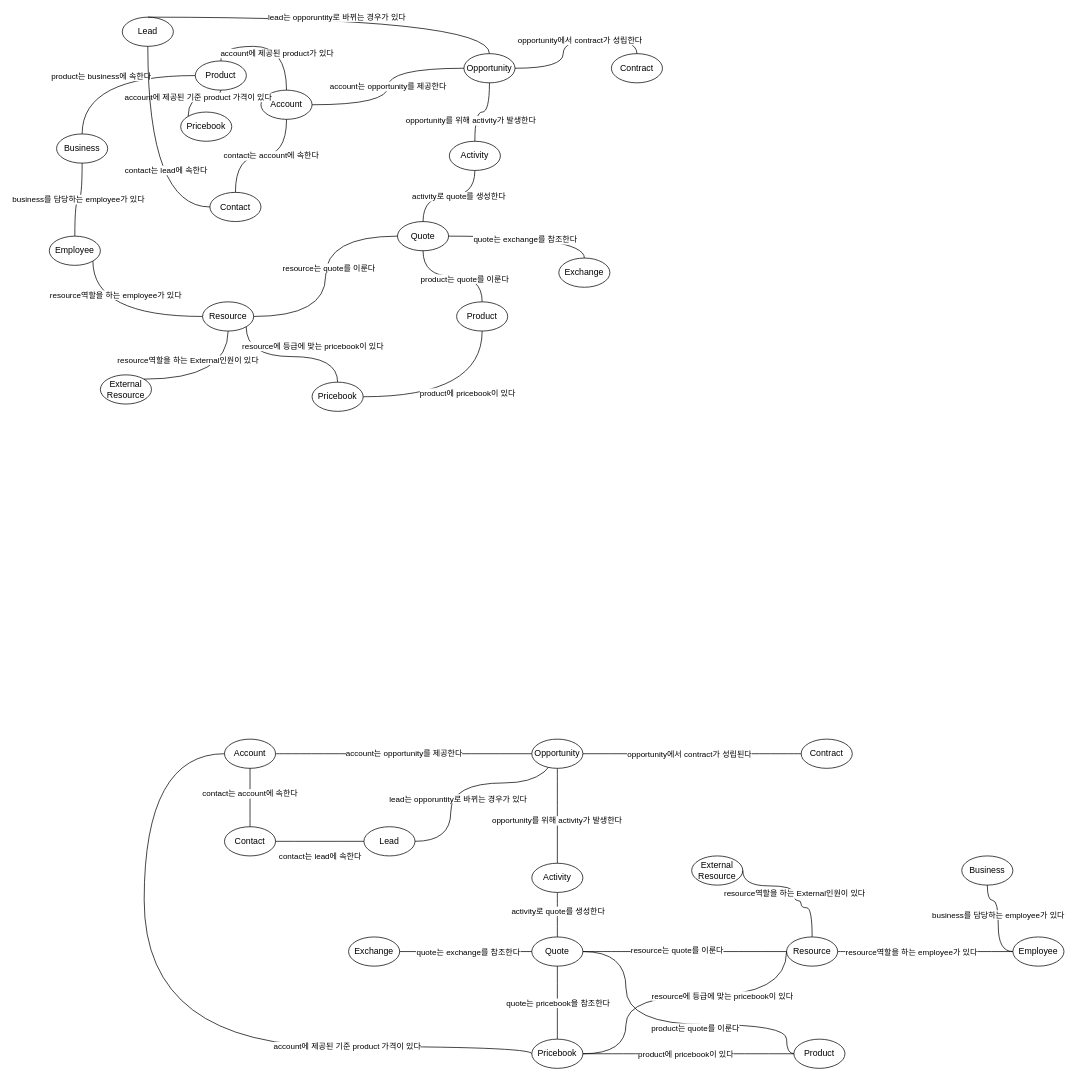
The draw.io diagram page "개념 관계" (1 of 7) of cknet 오브젝트 및 프로세스.drawio in cknet-saleforce/newyork, before the edit. Source tidied: cells renumbered, new cells numbered last; positions are measured from the earlier drawing's top-left corner, leaving out a move shared by most shapes. Both pictures are drawn from the tidied source at 73%, with x=0, y=0 at pixel (49, 17).
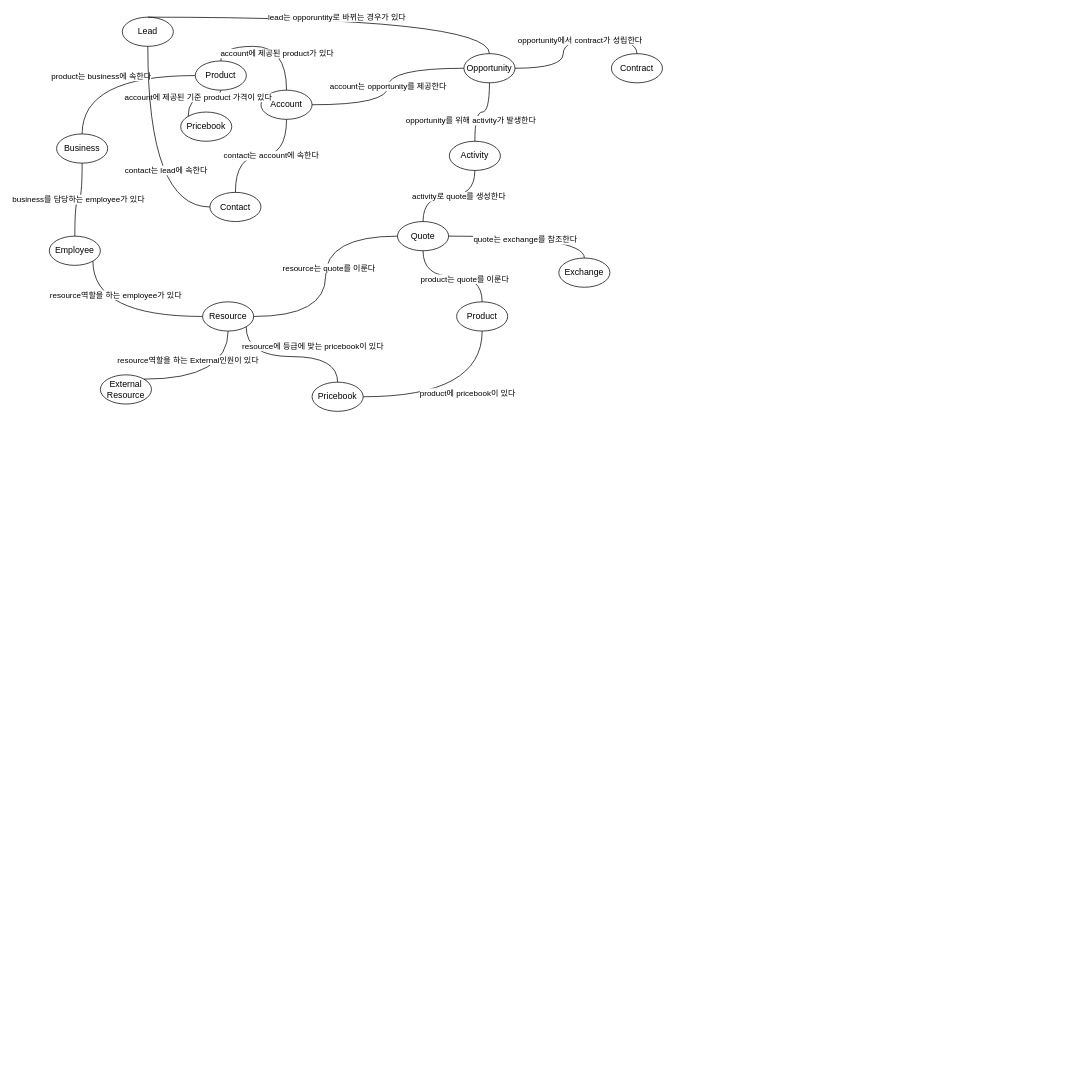
The same page after the edit.

What changed in the source:
```diff
@@
-    <mxCell id="50" value="Lead" style="ellipse;whiteSpace=wrap;html=1;" parent="1" vertex="1">
-      <mxGeometry x="431" y="1109" width="70" height="40" as="geometry" />
-    </mxCell>
-    <mxCell id="51" value="Account" style="ellipse;whiteSpace=wrap;html=1;" parent="1" vertex="1">
-      <mxGeometry x="240" y="989" width="70" height="40" as="geometry" />
-    </mxCell>
-    <mxCell id="52" value="Contact" style="ellipse;whiteSpace=wrap;html=1;" parent="1" vertex="1">
-      <mxGeometry x="240" y="1109" width="70" height="40" as="geometry" />
-    </mxCell>
-    <mxCell id="53" value="Contract" style="ellipse;whiteSpace=wrap;html=1;" parent="1" vertex="1">
-      <mxGeometry x="1030" y="989" width="70" height="40" as="geometry" />
-    </mxCell>
-    <mxCell id="54" value="Quote" style="ellipse;whiteSpace=wrap;html=1;" parent="1" vertex="1">
-      <mxGeometry x="661" y="1260" width="70" height="40" as="geometry" />
-    </mxCell>
-    <mxCell id="55" value="Resource" style="ellipse;whiteSpace=wrap;html=1;" parent="1" vertex="1">
-      <mxGeometry x="1010" y="1260" width="70" height="40" as="geometry" />
-    </mxCell>
-    <mxCell id="56" value="Product" style="ellipse;whiteSpace=wrap;html=1;" parent="1" vertex="1">
-      <mxGeometry x="1020" y="1400" width="70" height="40" as="geometry" />
-    </mxCell>
-    <mxCell id="57" value="Exchange" style="ellipse;whiteSpace=wrap;html=1;" parent="1" vertex="1">
-      <mxGeometry x="410" y="1260" width="70" height="40" as="geometry" />
-    </mxCell>
-    <mxCell id="58" value="External&lt;br&gt;Resource" style="ellipse;whiteSpace=wrap;html=1;" parent="1" vertex="1">
-      <mxGeometry x="880" y="1149" width="70" height="40" as="geometry" />
-    </mxCell>
-    <mxCell id="59" value="Business" style="ellipse;whiteSpace=wrap;html=1;" parent="1" vertex="1">
-      <mxGeometry x="1250" y="1149" width="70" height="40" as="geometry" />
-    </mxCell>
-    <mxCell id="60" value="business를 담당하는 employee가 있다" style="edgeStyle=orthogonalEdgeStyle;jettySize=auto;html=1;entryX=0.5;entryY=1;entryDx=0;entryDy=0;strokeColor=default;curved=1;endArrow=none;endFill=0;" parent="1" edge="1" source="61" target="59">
-      <mxGeometry x="0.11" relative="1" as="geometry">
-        <Array as="points">
-          <mxPoint x="1300" y="1280" />
-          <mxPoint x="1300" y="1210" />
-          <mxPoint x="1285" y="1210" />
-        </Array>
-      </mxGeometry>
-    </mxCell>
-    <mxCell id="61" value="Employee" style="ellipse;whiteSpace=wrap;html=1;" parent="1" vertex="1">
-      <mxGeometry x="1320" y="1260" width="70" height="40" as="geometry" />
-    </mxCell>
-    <mxCell id="62" value="lead는 opporuntity로 바뀌는 경우가 있다" style="edgeStyle=orthogonalEdgeStyle;jettySize=auto;html=1;entryX=0.5;entryY=0;entryDx=0;entryDy=0;strokeColor=default;curved=1;endArrow=none;endFill=0;" parent="1" edge="1" source="50" target="89">
-      <mxGeometry x="-0.36" y="-10" relative="1" as="geometry">
-        <Array as="points">
-          <mxPoint x="550" y="1129" />
-          <mxPoint x="550" y="1049" />
-          <mxPoint x="696" y="1049" />
-        </Array>
-      </mxGeometry>
-    </mxCell>
-    <mxCell id="63" style="edgeStyle=orthogonalEdgeStyle;jettySize=auto;html=1;entryX=0.5;entryY=1;entryDx=0;entryDy=0;strokeColor=default;curved=1;endArrow=none;endFill=0;exitX=0.5;exitY=0;exitDx=0;exitDy=0;" parent="1" edge="1" source="52" target="51">
-      <mxGeometry relative="1" as="geometry" />
-    </mxCell>
-    <mxCell id="64" value="contact는 account에 속한다" style="edgeLabel;html=1;align=center;verticalAlign=middle;" parent="63" vertex="1">
-      <mxGeometry x="0.15" y="1" relative="1" as="geometry" />
-    </mxCell>
-    <mxCell id="65" style="edgeStyle=orthogonalEdgeStyle;jettySize=auto;html=1;entryX=1;entryY=0.5;entryDx=0;entryDy=0;strokeColor=default;curved=1;endArrow=none;endFill=0;exitX=0;exitY=0.5;exitDx=0;exitDy=0;" parent="1" edge="1" source="53" target="89">
-      <mxGeometry relative="1" as="geometry" />
-    </mxCell>
-    <mxCell id="66" value="opportunity에서 contract가 성립된다" style="edgeLabel;html=1;align=center;verticalAlign=middle;" parent="65" vertex="1">
-      <mxGeometry x="-0.13" y="1" relative="1" as="geometry">
-        <mxPoint x="-24" y="-1" as="offset" />
-      </mxGeometry>
-    </mxCell>
-    <mxCell id="67" style="edgeStyle=orthogonalEdgeStyle;jettySize=auto;html=1;entryX=0.5;entryY=0;entryDx=0;entryDy=0;strokeColor=default;curved=1;endArrow=none;endFill=0;exitX=0.5;exitY=1;exitDx=0;exitDy=0;" parent="1" edge="1" source="81" target="54">
-      <mxGeometry relative="1" as="geometry" />
-    </mxCell>
-    <mxCell id="68" value="activity로 quote를 생성한다" style="edgeLabel;html=1;align=center;verticalAlign=middle;" parent="67" vertex="1">
-      <mxGeometry x="-0.18" relative="1" as="geometry" />
-    </mxCell>
-    <mxCell id="69" style="edgeStyle=orthogonalEdgeStyle;jettySize=auto;html=1;entryX=0;entryY=0.5;entryDx=0;entryDy=0;strokeColor=default;curved=1;endArrow=none;endFill=0;exitX=1;exitY=0.5;exitDx=0;exitDy=0;" parent="1" edge="1" source="57" target="54">
-      <mxGeometry relative="1" as="geometry">
-        <Array as="points">
-          <mxPoint x="570" y="1280" />
-          <mxPoint x="570" y="1280" />
-        </Array>
-      </mxGeometry>
-    </mxCell>
-    <mxCell id="70" value="quote는 exchange를 참조한다" style="edgeLabel;html=1;align=center;verticalAlign=middle;" parent="69" vertex="1">
-      <mxGeometry x="0.04" y="4" relative="1" as="geometry">
-        <mxPoint x="-1" y="4" as="offset" />
-      </mxGeometry>
-    </mxCell>
-    <mxCell id="71" style="edgeStyle=orthogonalEdgeStyle;jettySize=auto;html=1;entryX=0;entryY=0.5;entryDx=0;entryDy=0;strokeColor=default;curved=1;endArrow=none;endFill=0;exitX=1;exitY=0.5;exitDx=0;exitDy=0;" parent="1" edge="1" source="90" target="55">
-      <mxGeometry relative="1" as="geometry">
-        <Array as="points">
-          <mxPoint x="790" y="1420" />
-          <mxPoint x="790" y="1340" />
-          <mxPoint x="1010" y="1340" />
-        </Array>
-      </mxGeometry>
-    </mxCell>
-    <mxCell id="72" value="resource에 등급에 맞는 pricebook이 있다" style="edgeLabel;html=1;align=center;verticalAlign=middle;" parent="71" vertex="1">
-      <mxGeometry x="-0.17" y="4" relative="1" as="geometry">
-        <mxPoint x="96" y="4" as="offset" />
-      </mxGeometry>
-    </mxCell>
-    <mxCell id="73" style="edgeStyle=orthogonalEdgeStyle;jettySize=auto;html=1;entryX=0;entryY=0.5;entryDx=0;entryDy=0;strokeColor=default;curved=1;endArrow=none;endFill=0;exitX=1;exitY=0.5;exitDx=0;exitDy=0;" parent="1" edge="1" source="90" target="56">
-      <mxGeometry relative="1" as="geometry" />
-    </mxCell>
-    <mxCell id="74" value="product에 pricebook이 있다" style="edgeLabel;html=1;align=center;verticalAlign=middle;" parent="73" vertex="1">
-      <mxGeometry x="0.12" y="6" relative="1" as="geometry">
-        <mxPoint x="-22" y="6" as="offset" />
-      </mxGeometry>
-    </mxCell>
-    <mxCell id="75" style="edgeStyle=orthogonalEdgeStyle;jettySize=auto;html=1;entryX=0.5;entryY=1;entryDx=0;entryDy=0;strokeColor=default;curved=1;endArrow=none;endFill=0;exitX=0.5;exitY=0;exitDx=0;exitDy=0;startArrow=none;" parent="1" edge="1" source="90" target="54">
-      <mxGeometry relative="1" as="geometry" />
-    </mxCell>
-    <mxCell id="76" style="edgeStyle=orthogonalEdgeStyle;jettySize=auto;html=1;entryX=0;entryY=0.5;entryDx=0;entryDy=0;strokeColor=default;curved=1;endArrow=none;endFill=0;exitX=1;exitY=0.5;exitDx=0;exitDy=0;" parent="1" edge="1" source="55" target="61">
-      <mxGeometry relative="1" as="geometry" />
-    </mxCell>
-    <mxCell id="77" value="resource역할을 하는 employee가 있다" style="edgeLabel;html=1;align=center;verticalAlign=middle;" parent="76" vertex="1">
-      <mxGeometry x="-0.14" y="-6" relative="1" as="geometry">
-        <mxPoint x="-3" y="-6" as="offset" />
-      </mxGeometry>
-    </mxCell>
-    <mxCell id="78" style="edgeStyle=orthogonalEdgeStyle;jettySize=auto;html=1;entryX=0.5;entryY=0;entryDx=0;entryDy=0;strokeColor=default;curved=1;endArrow=none;endFill=0;exitX=1;exitY=0.5;exitDx=0;exitDy=0;" parent="1" edge="1" source="58" target="55">
-      <mxGeometry relative="1" as="geometry">
-        <Array as="points">
-          <mxPoint x="1020" y="1190" />
-          <mxPoint x="1020" y="1210" />
-          <mxPoint x="1030" y="1210" />
-          <mxPoint x="1030" y="1220" />
-          <mxPoint x="1045" y="1220" />
-        </Array>
-      </mxGeometry>
-    </mxCell>
-    <mxCell id="79" value="resource역할을 하는 External인원이 있다" style="edgeLabel;html=1;align=center;verticalAlign=middle;" parent="78" vertex="1">
-      <mxGeometry x="-0.24" y="12" relative="1" as="geometry">
-        <mxPoint x="20" y="22" as="offset" />
-      </mxGeometry>
-    </mxCell>
-    <mxCell id="80" value="account에 제공된 기준 product 가격이 있다" style="edgeStyle=orthogonalEdgeStyle;jettySize=auto;html=1;entryX=0;entryY=0.5;entryDx=0;entryDy=0;strokeColor=default;curved=1;endArrow=none;endFill=0;exitX=0;exitY=0.5;exitDx=0;exitDy=0;" parent="1" edge="1" source="51" target="90">
-      <mxGeometry x="0.5" relative="1" as="geometry">
-        <Array as="points">
-          <mxPoint x="130" y="1009" />
-          <mxPoint x="130" y="1410" />
-          <mxPoint x="661" y="1410" />
-        </Array>
-      </mxGeometry>
-    </mxCell>
-    <mxCell id="81" value="Activity" style="ellipse;whiteSpace=wrap;html=1;" parent="1" vertex="1">
-      <mxGeometry x="661" y="1159" width="70" height="40" as="geometry" />
-    </mxCell>
-    <mxCell id="82" style="edgeStyle=orthogonalEdgeStyle;jettySize=auto;html=1;strokeColor=default;curved=1;endArrow=none;endFill=0;exitX=0.5;exitY=1;exitDx=0;exitDy=0;" parent="1" edge="1" source="89" target="81">
-      <mxGeometry relative="1" as="geometry" />
-    </mxCell>
-    <mxCell id="83" value="opportunity를 위해 activity가 발생한다&amp;nbsp;" style="edgeLabel;html=1;align=center;verticalAlign=middle;" parent="82" vertex="1">
-      <mxGeometry x="0.42" y="-5" relative="1" as="geometry">
-        <mxPoint x="5" y="-21" as="offset" />
-      </mxGeometry>
-    </mxCell>
-    <mxCell id="84" value="account는 opportunity를 제공한다" style="edgeStyle=orthogonalEdgeStyle;jettySize=auto;html=1;entryX=0;entryY=0.5;entryDx=0;entryDy=0;strokeColor=default;curved=1;endArrow=none;endFill=0;exitX=1;exitY=0.5;exitDx=0;exitDy=0;" parent="1" edge="1" source="51" target="89">
-      <mxGeometry relative="1" as="geometry" />
-    </mxCell>
-    <mxCell id="85" style="edgeStyle=orthogonalEdgeStyle;jettySize=auto;html=1;strokeColor=default;curved=1;endArrow=none;endFill=0;exitX=1;exitY=0.5;exitDx=0;exitDy=0;" parent="1" edge="1" source="52" target="50">
-      <mxGeometry relative="1" as="geometry">
-        <Array as="points">
-          <mxPoint x="360" y="1129" />
-          <mxPoint x="360" y="1129" />
-        </Array>
-      </mxGeometry>
-    </mxCell>
-    <mxCell id="86" value="contact는 lead에 속한다" style="edgeLabel;html=1;align=center;verticalAlign=middle;" parent="85" vertex="1">
-      <mxGeometry x="-0.11" y="-24" relative="1" as="geometry">
-        <mxPoint x="6" y="-4" as="offset" />
-      </mxGeometry>
-    </mxCell>
-    <mxCell id="87" style="edgeStyle=orthogonalEdgeStyle;jettySize=auto;html=1;strokeColor=default;curved=1;endArrow=none;endFill=0;exitX=1;exitY=0.5;exitDx=0;exitDy=0;" parent="1" edge="1" source="54">
-      <mxGeometry relative="1" as="geometry">
-        <mxPoint x="1010" y="1280" as="targetPoint" />
-        <Array as="points">
-          <mxPoint x="1010" y="1280" />
-        </Array>
-      </mxGeometry>
-    </mxCell>
-    <mxCell id="88" value="resource는 quote를 이룬다" style="edgeLabel;html=1;align=center;verticalAlign=middle;" parent="87" vertex="1">
-      <mxGeometry x="-0.08" y="4" relative="1" as="geometry">
-        <mxPoint y="1" as="offset" />
-      </mxGeometry>
-    </mxCell>
-    <mxCell id="89" value="Opportunity" style="ellipse;whiteSpace=wrap;html=1;" parent="1" vertex="1">
-      <mxGeometry x="661" y="989" width="70" height="40" as="geometry" />
-    </mxCell>
-    <mxCell id="90" value="Pricebook" style="ellipse;whiteSpace=wrap;html=1;" parent="1" vertex="1">
-      <mxGeometry x="661" y="1400" width="70" height="40" as="geometry" />
-    </mxCell>
-    <mxCell id="91" style="edgeStyle=orthogonalEdgeStyle;jettySize=auto;html=1;entryX=1;entryY=0.5;entryDx=0;entryDy=0;strokeColor=default;curved=1;endArrow=none;endFill=0;exitX=0;exitY=0.5;exitDx=0;exitDy=0;" parent="1" edge="1" source="56" target="54">
-      <mxGeometry relative="1" as="geometry">
-        <Array as="points">
-          <mxPoint x="1010" y="1380" />
-          <mxPoint x="790" y="1380" />
-          <mxPoint x="790" y="1280" />
-        </Array>
-      </mxGeometry>
-    </mxCell>
-    <mxCell id="92" value="product는 quote를 이룬다" style="edgeLabel;html=1;align=center;verticalAlign=middle;" parent="91" vertex="1">
-      <mxGeometry x="-0.21" y="3" relative="1" as="geometry">
-        <mxPoint x="-7" y="1" as="offset" />
-      </mxGeometry>
-    </mxCell>
-    <mxCell id="93" value="quote는 pricebook을 참조한다" style="edgeLabel;html=1;align=center;verticalAlign=middle;" parent="1" vertex="1">
-      <mxGeometry x="696" y="1350" as="geometry" />
-    </mxCell>
```
